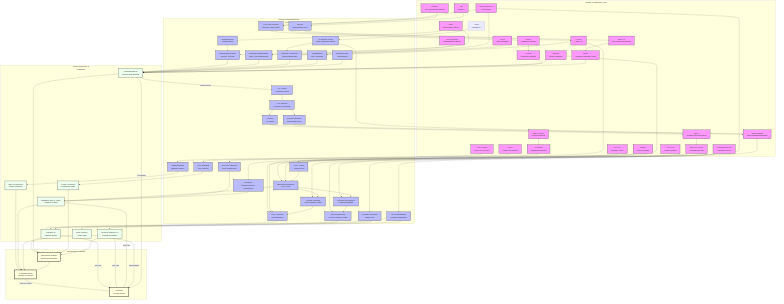
The Mermaid diagram docs/figures/scoliosis_mechanism_map.png in sayuj1989-ops/life, before a commit. Its source is kept beside it as docs/figures/scoliosis_mechanism_map.mmd.
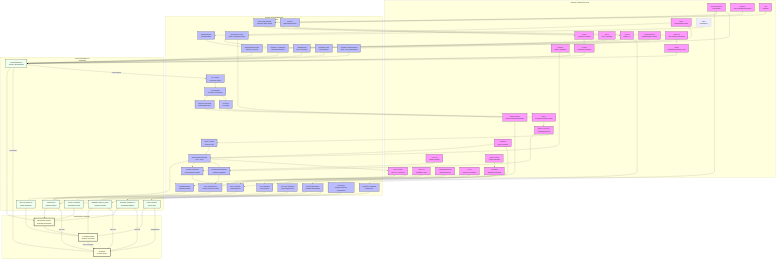
The same file after the commit.

Commit message:
docs: add tension-HOX pathway to scoliosis map (#627)

What changed in the source:
```diff
@@ -178,6 +178,9 @@
     Hypoxia --> HIF1A
     HIF1A --> BMAL1
 
+    Mech_Trans --> HOX
+    HOX --> ECM_Assembly
+
     class HOX,COL,PIEZO1,PIEZO2,CILIA,LBX1,ADGRG6,PTK7,YAP,PKD2L1,MMP,URP,UTS2R,GFAP,VIM,LAMIN,BMAL1,RUNX3,METTL3,ESR1,MELATONIN,MT2,HIF1A gene;
     class Region,ECM_Assembly,Mech_Trans,Sym_Break,Neur_Diff,Muscle_Diff,Disc_Maint,PCP_Sig,Nucl_Shuttle,CSF_Sensing,Degradation,Astrogliosis,mtROS,Adipogenesis,Hydraulic_Congestion,Immune_Infilt,Circadian_Entrain,Proprio_Maint,H3K9me3,VCL_Stasis,Glymphatic_Stasis,Vestibular_Input,Gi_cAMP,Ciliary_Tuning,Hypoxia process;
     class Rest_Kappa,Stiffness,Torsional_Stiffness,Gain,Torsion,Muscle_Tone,Anisotropy tissue;
```
